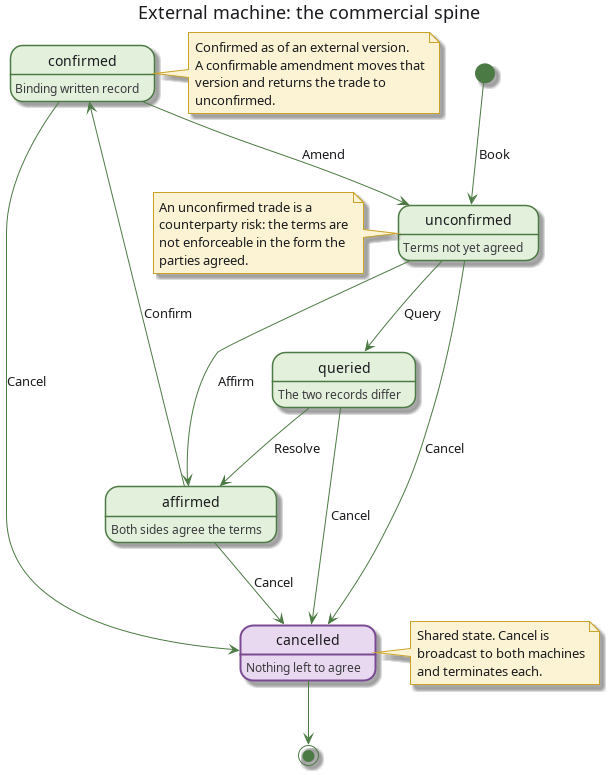
Before: doc/knowledge/domain/trade_lifecycle_external.png, a diagram exported from PlantUML (OreStudio/OreStudio). Its source is kept beside it as doc/knowledge/domain/trade_lifecycle_external.puml.
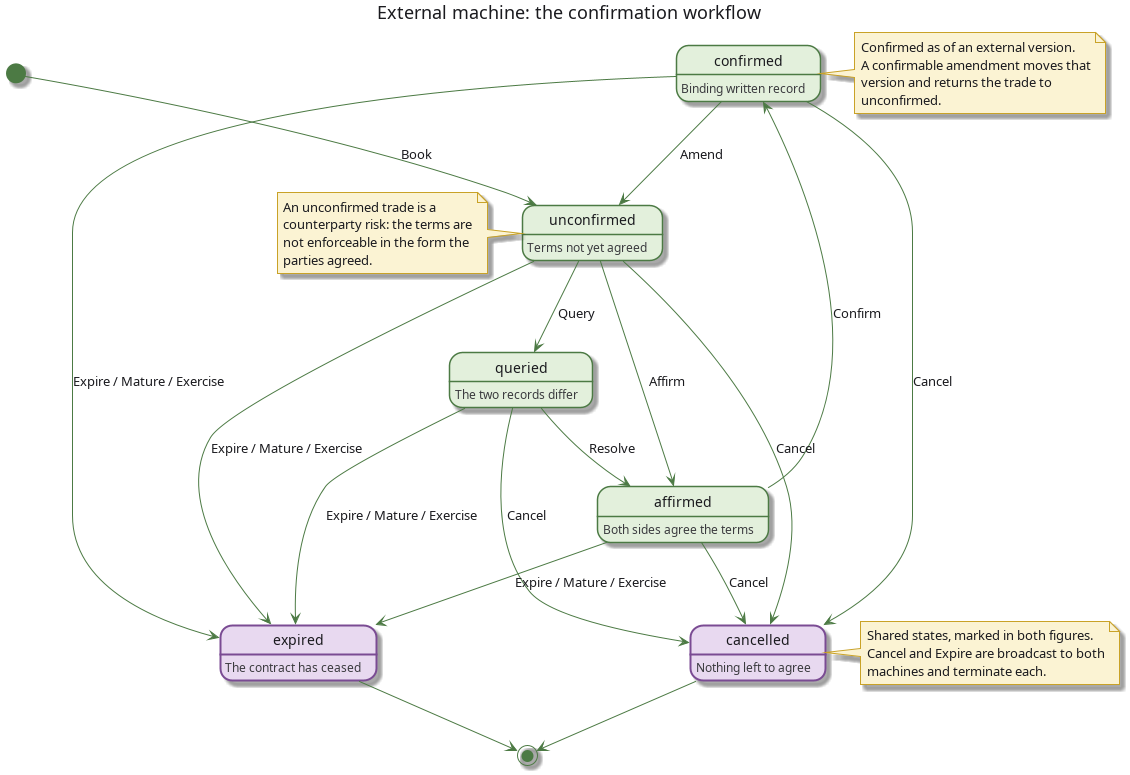
Above is the later version.

Commit message:
[doc] Make a trade live before it is confirmed, and share expired

What changed in the source:
```diff
@@ -1,7 +1,7 @@
 @startuml
 !pragma layout smetana
 
-title External machine: the commercial spine
+title External machine: the confirmation workflow
 
 skinparam state {
     BackgroundColor #E3F0DC
@@ -26,12 +26,14 @@
 state "affirmed" as Affirmed
 state "confirmed" as Confirmed
 state "cancelled" as Cancelled #E8D9F0 ##[bold]7A4B93
+state "expired" as Expired #E8D9F0 ##[bold]7A4B93
 
 Unconfirmed : Terms not yet agreed
 Queried : The two records differ
 Affirmed : Both sides agree the terms
 Confirmed : Binding written record
 Cancelled : Nothing left to agree
+Expired : The contract has ceased
 
 [*] --> Unconfirmed : Book
 Unconfirmed --> Affirmed : Affirm
@@ -43,7 +45,12 @@
 Queried --> Cancelled : Cancel
 Affirmed --> Cancelled : Cancel
 Confirmed --> Cancelled : Cancel
+Unconfirmed --> Expired : Expire / Mature / Exercise
+Queried --> Expired : Expire / Mature / Exercise
+Affirmed --> Expired : Expire / Mature / Exercise
+Confirmed --> Expired : Expire / Mature / Exercise
 Cancelled --> [*]
+Expired --> [*]
 
 note right of Confirmed
   Confirmed as of an external version.
@@ -60,9 +67,9 @@
 end note
 
 note right of Cancelled
-  Shared state. Cancel is
-  broadcast to both machines
-  and terminates each.
+  Shared states, marked in both figures.
+  Cancel and Expire are broadcast to both
+  machines and terminate each.
 end note
 
 @enduml
```
